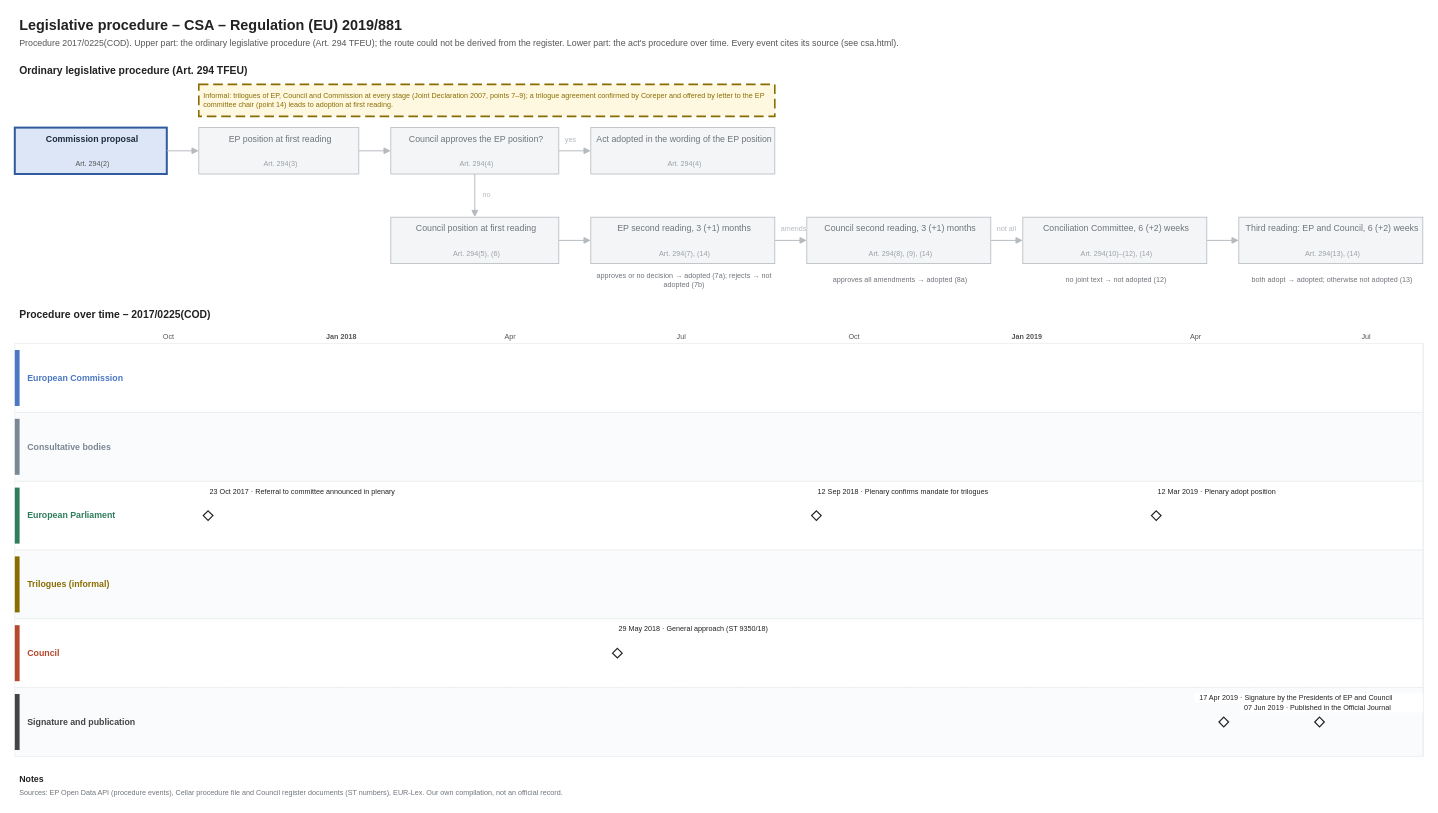
Earlier version of the draw.io diagram procedures/csa.drawio (git-z0man/eu-regulation-timeline). Source tidied: cells renumbered, new cells numbered last; positions are measured from the earlier drawing's top-left corner, leaving out a move shared by most shapes. Both pictures are drawn from the tidied source at 80%, with x=0, y=0 at pixel (14, 14).
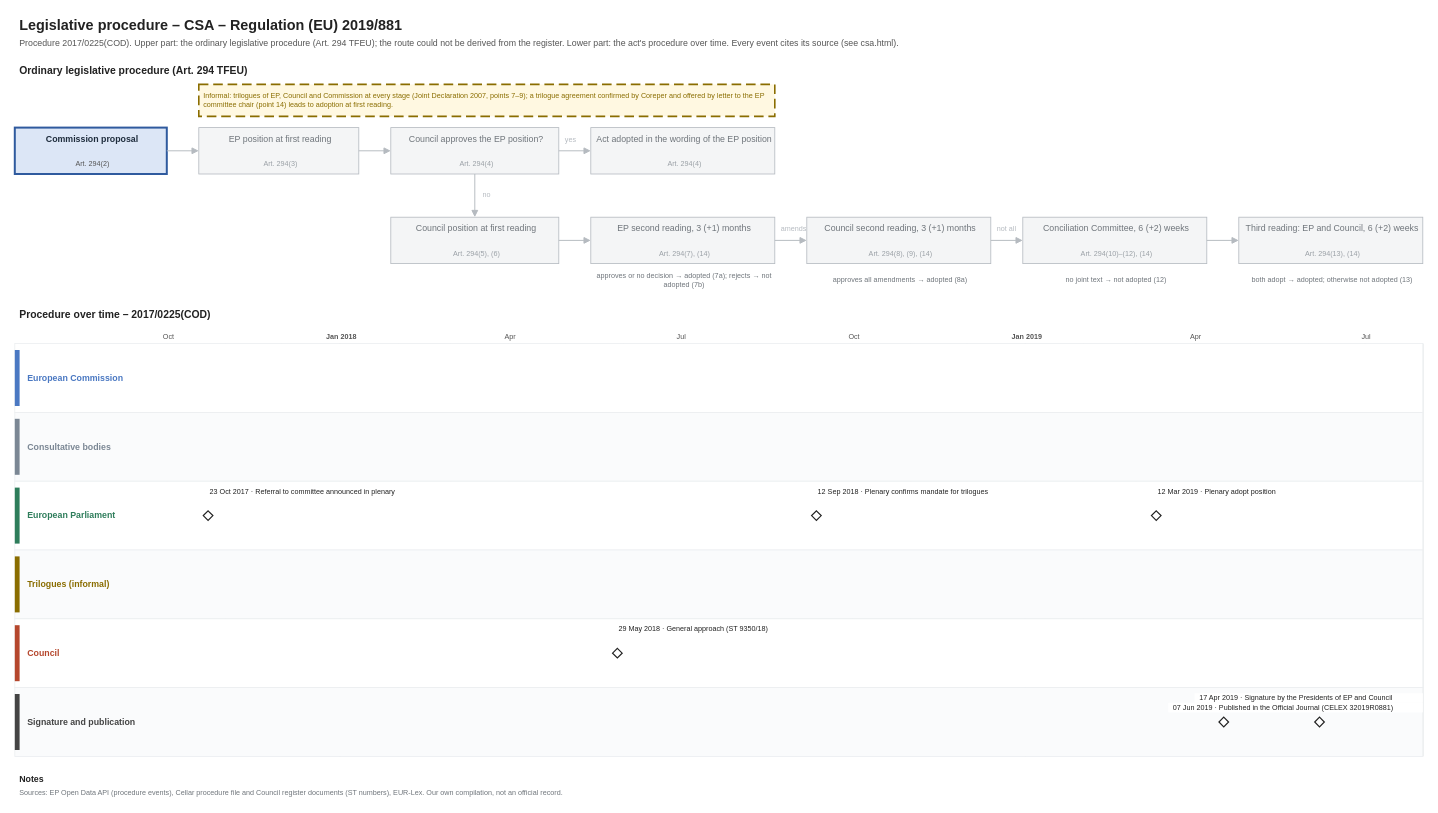
The same page after the edit.

Diff of the diagram source:
```diff
@@
-    <mxCell id="111" value="07 Jun 2019 · Published in the Official Journal" style="text;html=1;fontSize=9;fontColor=#222222;align=left;verticalAlign=middle;spacingLeft=4;fillColor=#ffffff;" parent="1" vertex="1">
-      <mxGeometry x="1531.1" y="861" width="228.9" height="12" as="geometry" />
+    <mxCell id="111" value="07 Jun 2019 · Published in the Official Journal (CELEX 32019R0881)" style="text;html=1;fontSize=9;fontColor=#222222;align=left;verticalAlign=middle;spacingLeft=4;fillColor=#ffffff;" parent="1" vertex="1">
+      <mxGeometry x="1441.8" y="861" width="318.2" height="12" as="geometry" />
     </mxCell>
```
